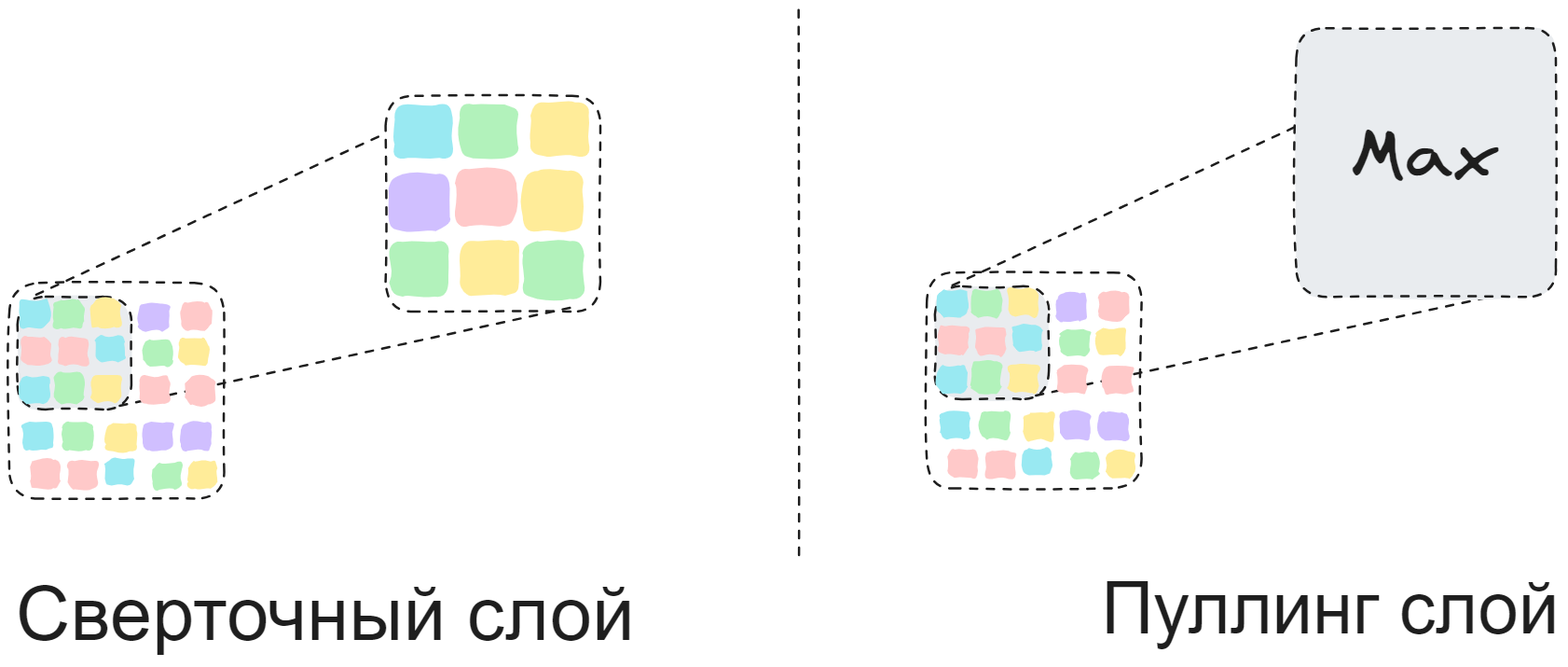
This is diplom/assets/ml/cv/conv.excalidraw.png from NMashalov/EducationGenerativeModelApplication, a Excalidraw export, as it was before one commit. Source tidied: one line per element, renumbered; positions are measured from the earlier drawing's top-left corner, leaving out a move shared by most shapes.
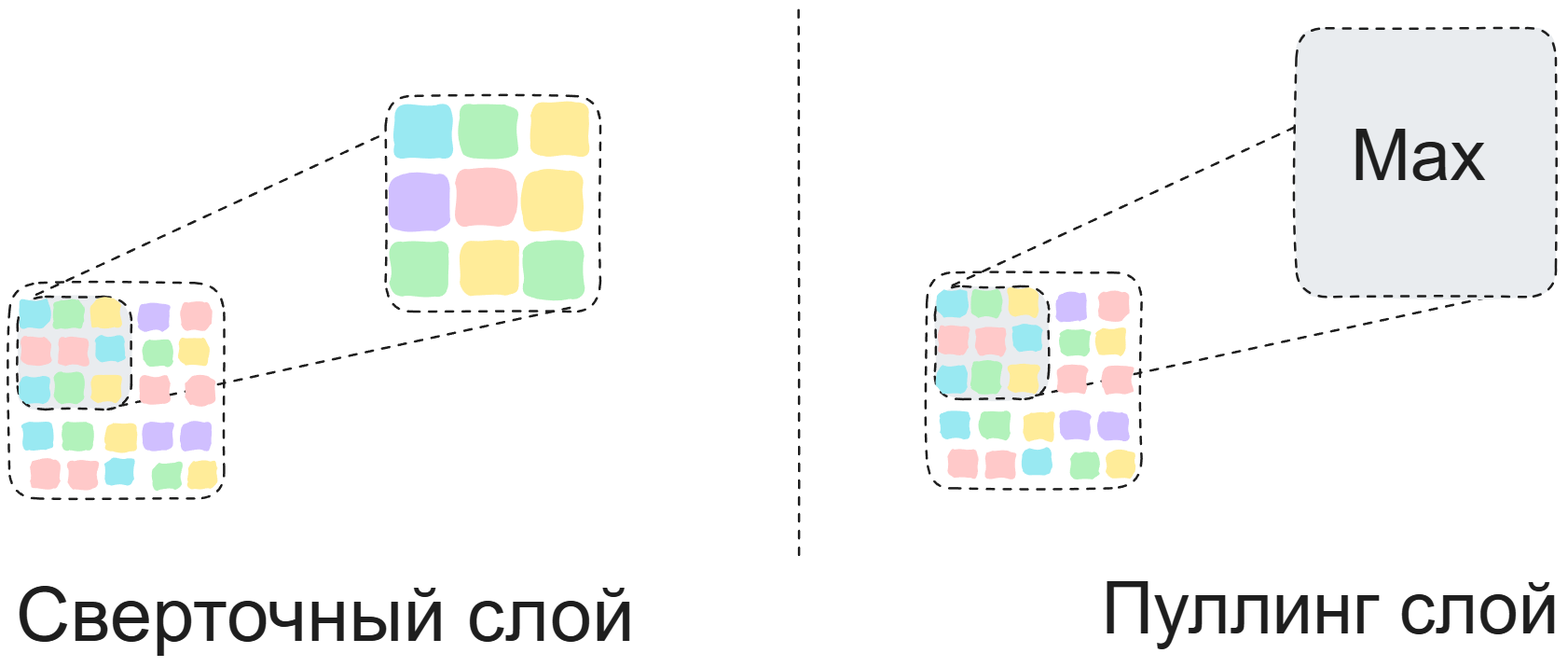
Above is the later version.

Change to the diagram source:
```diff
@@ -72,6 +72,6 @@
 {"id": 71, "type": "rectangle", "strokeColor": "transparent", "backgroundColor": "#ffc9c9", "fillStyle": "solid", "strokeWidth": 2, "strokeStyle": "dashed", "roughness": 1, "round": true, "x": 1006, "y": 472, "width": 33, "height": 30}
 {"id": 72, "type": "rectangle", "strokeColor": "transparent", "backgroundColor": "#ffc9c9", "fillStyle": "solid", "strokeWidth": 2, "strokeStyle": "dashed", "roughness": 1, "round": true, "x": 1047, "y": 473, "width": 33, "height": 30}
 {"id": 73, "type": "rectangle", "strokeColor": "#1e1e1e", "backgroundColor": "#e9ecef", "fillStyle": "solid", "strokeWidth": 2, "strokeStyle": "dashed", "roughness": 1, "round": true, "x": 1381, "y": 20, "width": 278, "height": 288}
-{"id": 74, "type": "text", "text": "Max", "strokeColor": "#1e1e1e", "backgroundColor": "#e9ecef", "fillStyle": "solid", "strokeWidth": 2, "strokeStyle": "dashed", "roughness": 1, "fontSize": 76.6, "fontFamily": 1, "x": 1439, "y": 111, "width": 153, "height": 96}
+{"id": 74, "type": "text", "text": "Max", "strokeColor": "#1e1e1e", "backgroundColor": "#e9ecef", "fillStyle": "solid", "strokeWidth": 2, "strokeStyle": "dashed", "roughness": 1, "fontSize": 76.6, "fontFamily": 2, "x": 1439, "y": 111, "width": 145, "height": 88}
 {"id": 75, "type": "text", "text": "Пуллинг слой", "strokeColor": "#1e1e1e", "backgroundColor": "#e9ecef", "fillStyle": "solid", "strokeWidth": 2, "strokeStyle": "dashed", "roughness": 1, "fontSize": 77.58, "fontFamily": 2, "x": 1171, "y": 597, "width": 491, "height": 89}
 {"id": 76, "type": "text", "text": "Сверточный слой", "strokeColor": "#1e1e1e", "backgroundColor": "#e9ecef", "fillStyle": "solid", "strokeWidth": 2, "strokeStyle": "dashed", "roughness": 1, "fontSize": 81.48, "fontFamily": 2, "x": 7, "y": 601, "width": 664, "height": 94}
```
